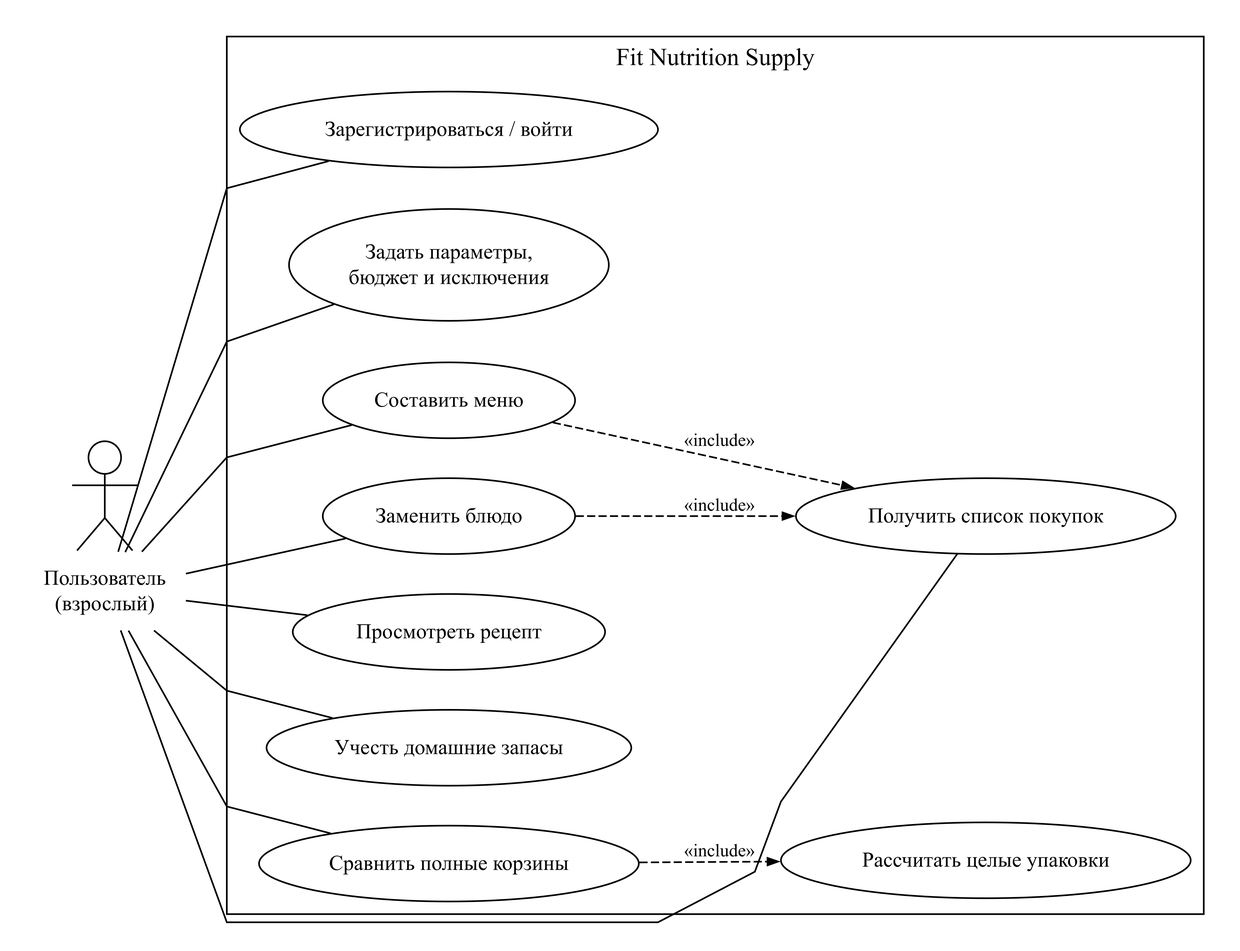
Before: docs/lab2/diagrams/usecase.png, a diagram exported from Graphviz (Xaz16/FitNutrition). Its source is kept beside it as docs/lab2/diagrams/usecase.dot.
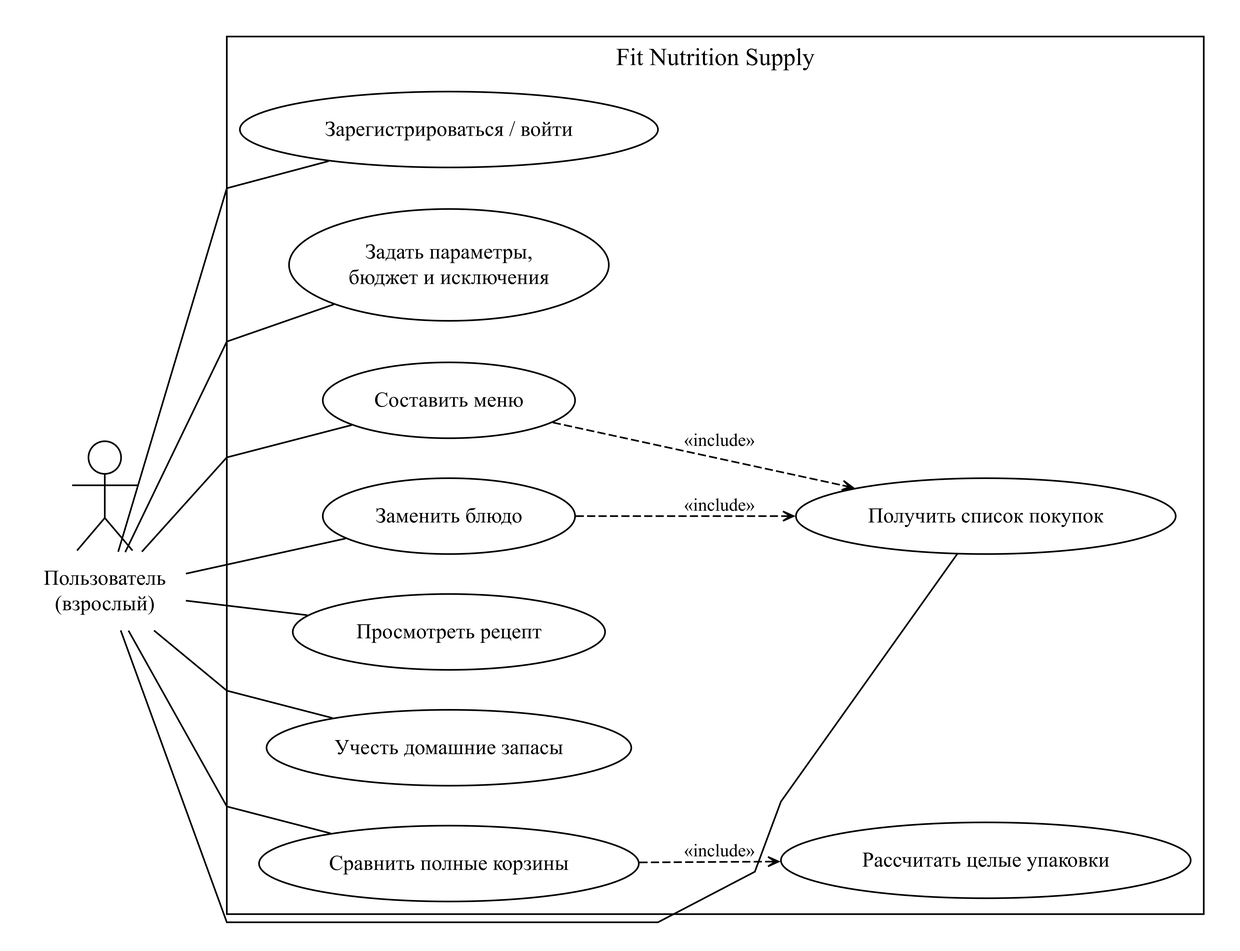
After the change.

Diff of the diagram source:
```diff
@@ -14,7 +14,8 @@
 		margin="0.15,0.12",
 		style=solid
 	];
-	edge [arrowsize=0.65,
+	edge [arrowhead=open,
+		arrowsize=0.65,
 		fontname="Times New Roman",
 		fontsize=11
 	];
```
